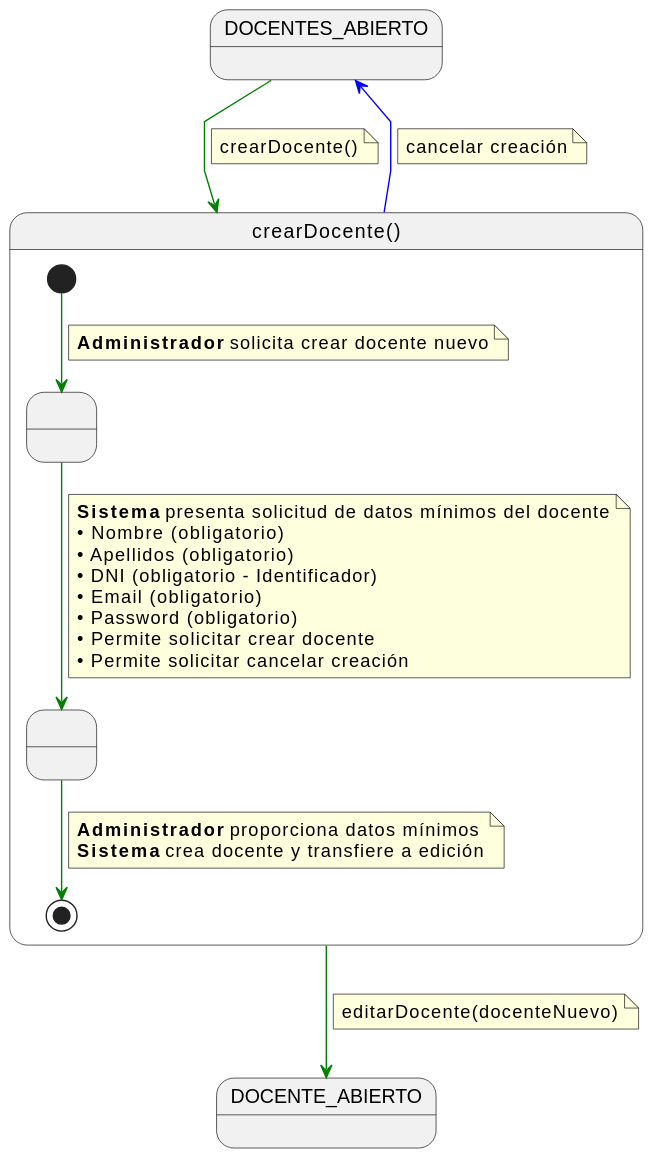
Before: documents/casos-de-uso/detalladoCasosDeUso/crearDocente/crearDocente.svg, a diagram exported from PlantUML (martinlopez7/25-26-IdSw1-SdR).
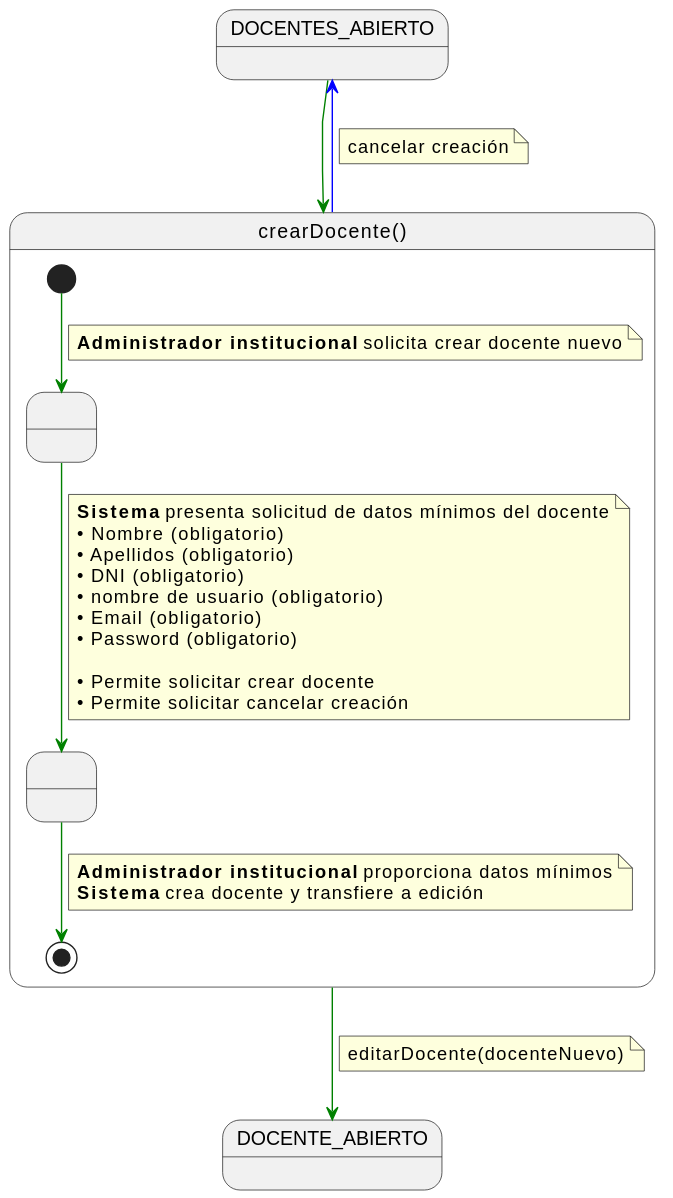
After the change.

The edit, as a diff of the source:
```diff
@@ -4,9 +4,6 @@
 state DOCENTES_ABIERTO
 
 DOCENTES_ABIERTO -[#green]-> crearDocente
-note on link
-crearDocente()
-end note
 
 state crearDocente as "crearDocente()" {
 
@@ -15,7 +12,7 @@
 
     [*] -[#green]-> SolicitandoDatos
     note on link
-    <b>Administrador</b> solicita crear docente nuevo
+    <b>Administrador institucional</b> solicita crear docente nuevo
     end note
 
     SolicitandoDatos -[#green]-> CreandoDocente
@@ -23,20 +20,21 @@
     <b>Sistema</b> presenta solicitud de datos mínimos del docente
     • Nombre (obligatorio)
     • Apellidos (obligatorio)
-    • DNI (obligatorio - Identificador)
+    • DNI (obligatorio)
+    • nombre de usuario (obligatorio)
     • Email (obligatorio)
     • Password (obligatorio)
+
     • Permite solicitar crear docente
     • Permite solicitar cancelar creación
     end note
 
     CreandoDocente -[#green]-> [*]
     note on link
-    <b>Administrador</b> proporciona datos mínimos
+    <b>Administrador institucional</b> proporciona datos mínimos
     <b>Sistema</b> crea docente y transfiere a edición
     end note
 }
-
 
 crearDocente -[#green]-> DOCENTE_ABIERTO
 note on link
```
